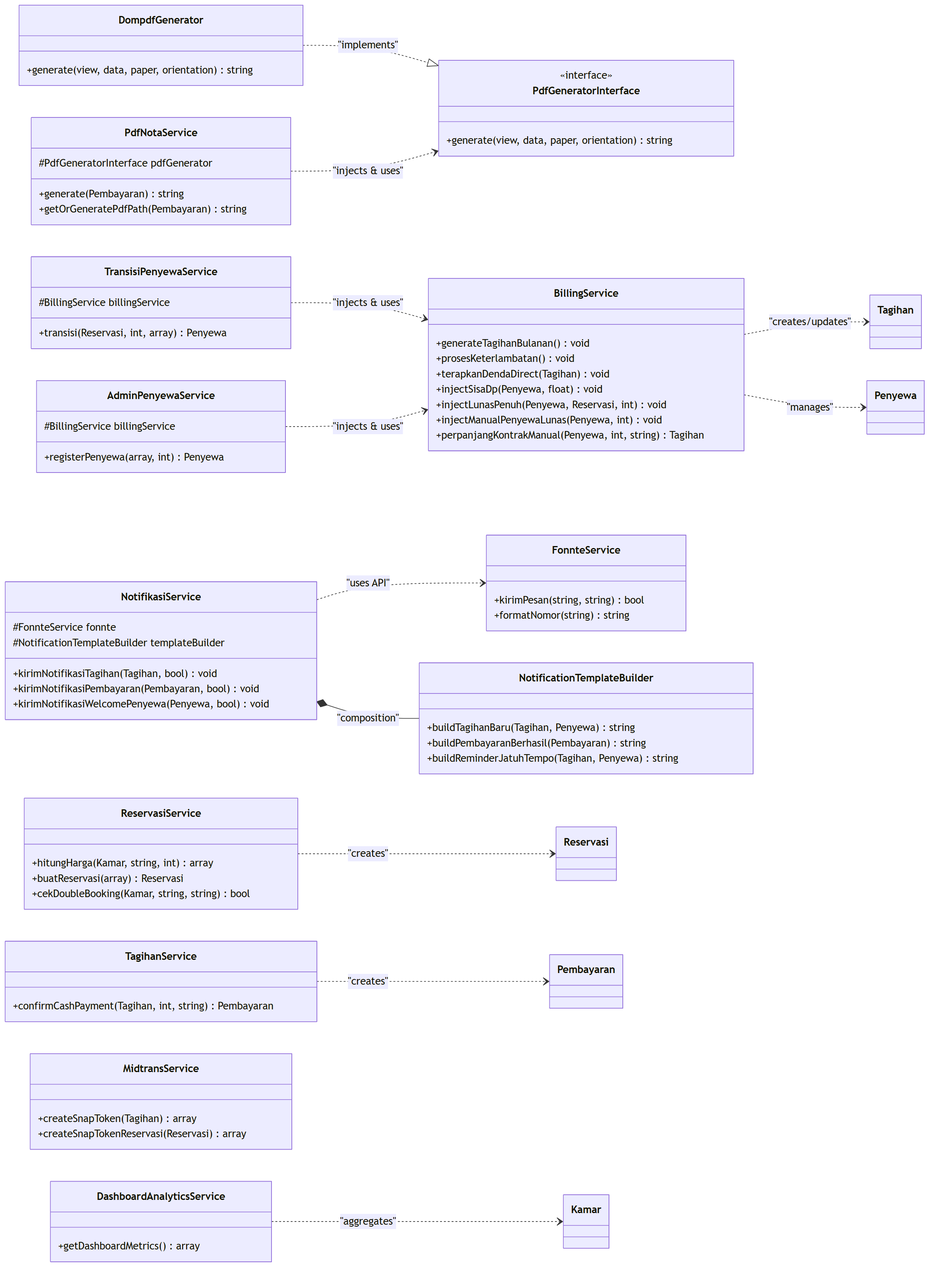
rafifarsyapradiva/asri-boarding-house keeps this Mermaid diagram as Blueprint/class/class_diagram_services_interfaces.png. Above is the earlier version. Its source is kept beside it as Blueprint/class/class_diagram_services_interfaces.mmd. Its diagram source:
```mermaid
classDiagram
    direction LR
    class PdfGeneratorInterface {
        <<interface>>
        +generate(view, data, paper, orientation) string
    }
    class DompdfGenerator {
        +generate(view, data, paper, orientation) string
    }
    class PdfNotaService {
        #PdfGeneratorInterface pdfGenerator
        +generate(Pembayaran) string
        +getOrGeneratePdfPath(Pembayaran) string
    }
    class BillingService {
        +generateTagihanBulanan() void
        +prosesKeterlambatan() void
        +terapkanDendaDirect(Tagihan) void
        +injectSisaDp(Penyewa, float) void
        +injectLunasPenuh(Penyewa, Reservasi, int) void
        +injectManualPenyewaLunas(Penyewa, int) void
        +perpanjangKontrakManual(Penyewa, int, string) Tagihan
    }
    class ReservasiService {
        +hitungHarga(Kamar, string, int) array
        +buatReservasi(array) Reservasi
        +cekDoubleBooking(Kamar, string, string) bool
    }
    class TransisiPenyewaService {
        #BillingService billingService
        +transisi(Reservasi, int, array) Penyewa
    }
    class AdminPenyewaService {
        #BillingService billingService
        +registerPenyewa(array, int) Penyewa
    }
    class TagihanService {
        +confirmCashPayment(Tagihan, int, string) Pembayaran
    }
    class DashboardAnalyticsService {
        +getDashboardMetrics() array
    }
    class MidtransService {
        +createSnapToken(Tagihan) array
        +createSnapTokenReservasi(Reservasi) array
    }
    class FonnteService {
        +kirimPesan(string, string) bool
        +formatNomor(string) string
    }
    class NotificationTemplateBuilder {
        +buildTagihanBaru(Tagihan, Penyewa) string
        +buildPembayaranBerhasil(Pembayaran) string
        +buildReminderJatuhTempo(Tagihan, Penyewa) string
    }
    class NotifikasiService {
        #FonnteService fonnte
        #NotificationTemplateBuilder templateBuilder
        +kirimNotifikasiTagihan(Tagihan, bool) void
        +kirimNotifikasiPembayaran(Pembayaran, bool) void
        +kirimNotifikasiWelcomePenyewa(Penyewa, bool) void
    }

    DompdfGenerator ..|> PdfGeneratorInterface : "implements"
    PdfNotaService ..> PdfGeneratorInterface : "injects & uses"
    TransisiPenyewaService ..> BillingService : "injects & uses"
    AdminPenyewaService ..> BillingService : "injects & uses"
    NotifikasiService *-- NotificationTemplateBuilder : "composition"
    NotifikasiService ..> FonnteService : "uses API"
    BillingService ..> Tagihan : "creates/updates"
    BillingService ..> Penyewa : "manages"
    ReservasiService ..> Reservasi : "creates"
    TagihanService ..> Pembayaran : "creates"
    DashboardAnalyticsService ..> Kamar : "aggregates"
```
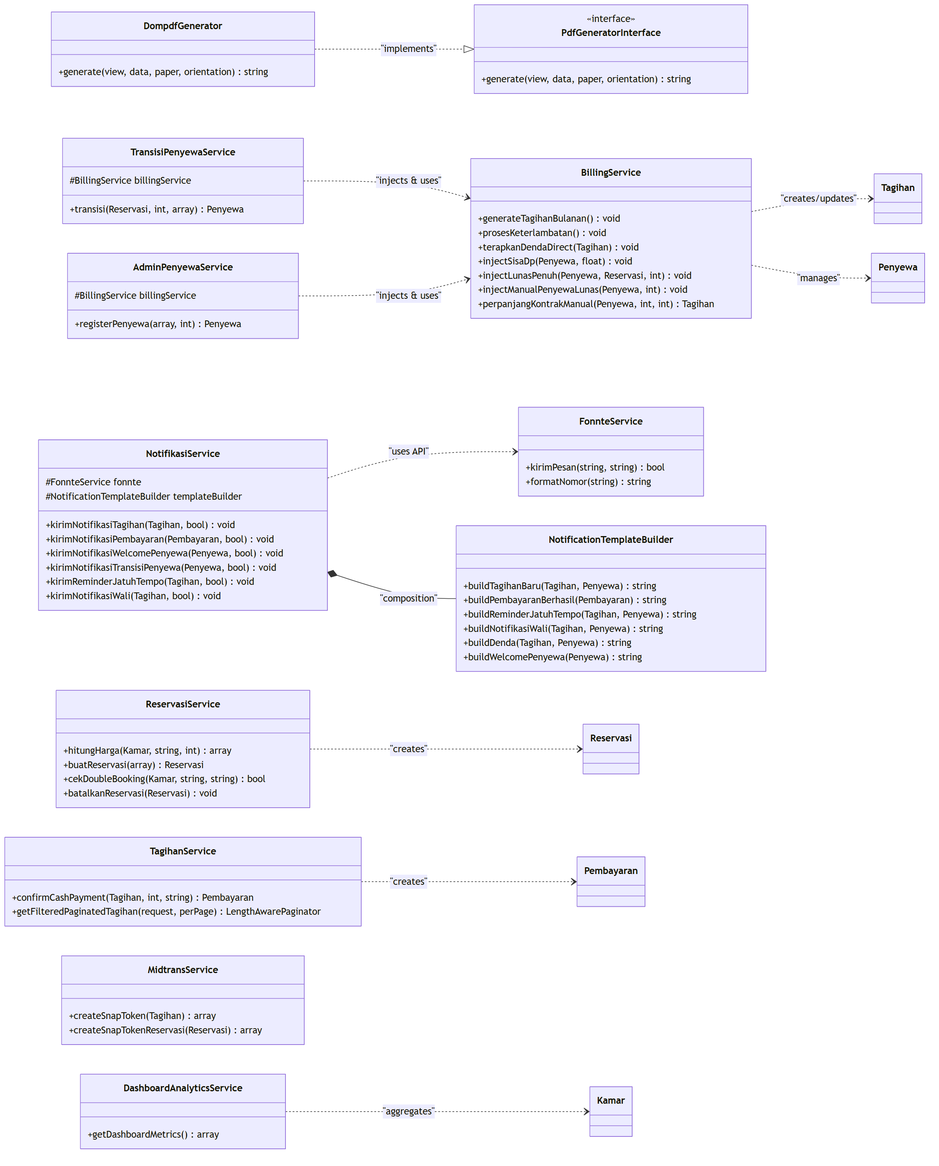
Above is the later version.

The edit, as a diff of the source:
```diff
@@ -7,11 +7,6 @@
     class DompdfGenerator {
         +generate(view, data, paper, orientation) string
     }
-    class PdfNotaService {
-        #PdfGeneratorInterface pdfGenerator
-        +generate(Pembayaran) string
-        +getOrGeneratePdfPath(Pembayaran) string
-    }
     class BillingService {
         +generateTagihanBulanan() void
         +prosesKeterlambatan() void
@@ -19,12 +14,13 @@
         +injectSisaDp(Penyewa, float) void
         +injectLunasPenuh(Penyewa, Reservasi, int) void
         +injectManualPenyewaLunas(Penyewa, int) void
-        +perpanjangKontrakManual(Penyewa, int, string) Tagihan
+        +perpanjangKontrakManual(Penyewa, int, int) Tagihan
     }
     class ReservasiService {
         +hitungHarga(Kamar, string, int) array
         +buatReservasi(array) Reservasi
         +cekDoubleBooking(Kamar, string, string) bool
+        +batalkanReservasi(Reservasi) void
     }
     class TransisiPenyewaService {
         #BillingService billingService
@@ -36,6 +32,7 @@
     }
     class TagihanService {
         +confirmCashPayment(Tagihan, int, string) Pembayaran
+        +getFilteredPaginatedTagihan(request, perPage) LengthAwarePaginator
     }
     class DashboardAnalyticsService {
         +getDashboardMetrics() array
@@ -52,6 +49,9 @@
         +buildTagihanBaru(Tagihan, Penyewa) string
         +buildPembayaranBerhasil(Pembayaran) string
         +buildReminderJatuhTempo(Tagihan, Penyewa) string
+        +buildNotifikasiWali(Tagihan, Penyewa) string
+        +buildDenda(Tagihan, Penyewa) string
+        +buildWelcomePenyewa(Penyewa) string
     }
     class NotifikasiService {
         #FonnteService fonnte
@@ -59,10 +59,12 @@
         +kirimNotifikasiTagihan(Tagihan, bool) void
         +kirimNotifikasiPembayaran(Pembayaran, bool) void
         +kirimNotifikasiWelcomePenyewa(Penyewa, bool) void
+        +kirimNotifikasiTransisiPenyewa(Penyewa, bool) void
+        +kirimReminderJatuhTempo(Tagihan, bool) void
+        +kirimNotifikasiWali(Tagihan, bool) void
     }
 
     DompdfGenerator ..|> PdfGeneratorInterface : "implements"
-    PdfNotaService ..> PdfGeneratorInterface : "injects & uses"
     TransisiPenyewaService ..> BillingService : "injects & uses"
     AdminPenyewaService ..> BillingService : "injects & uses"
     NotifikasiService *-- NotificationTemplateBuilder : "composition"
```
